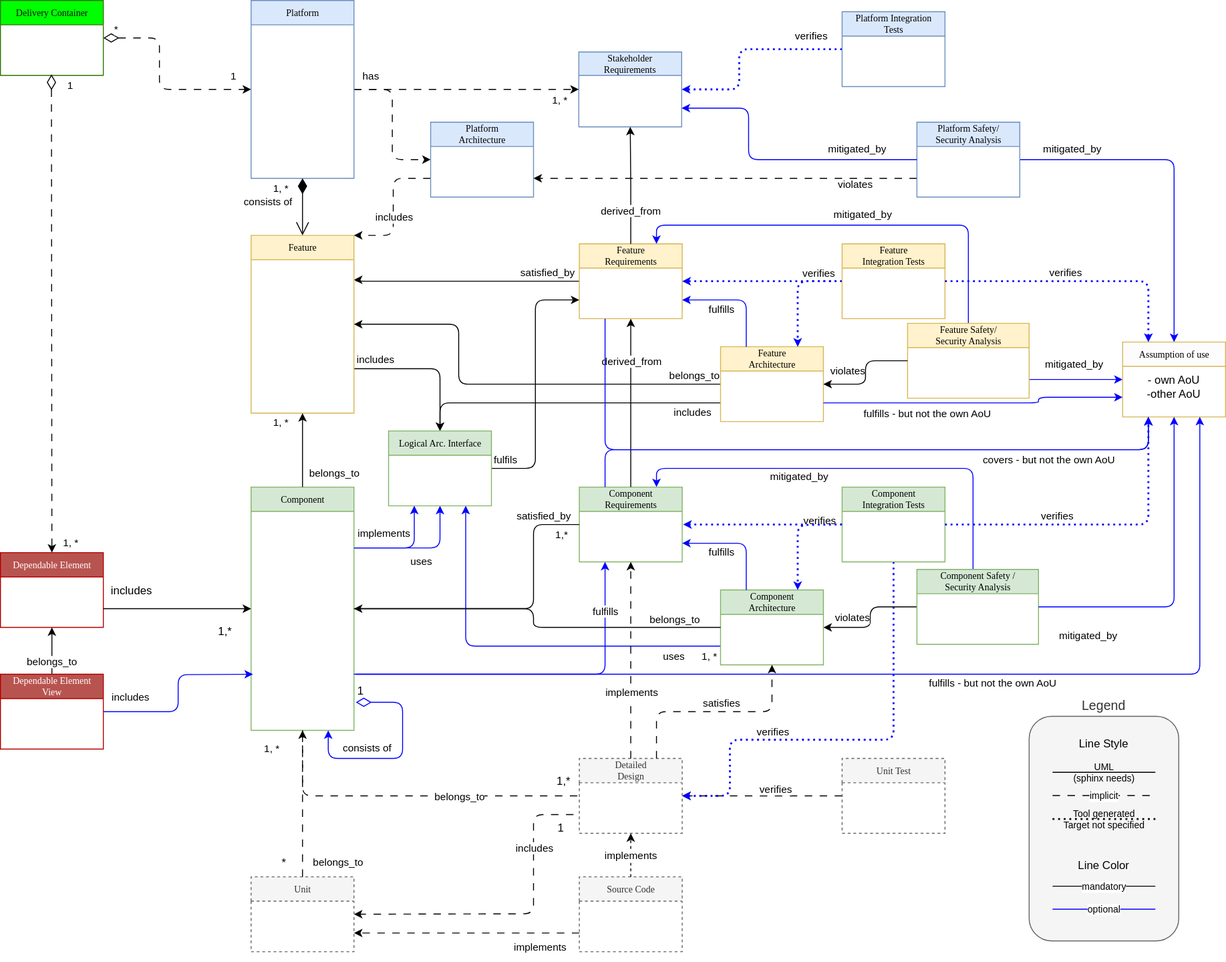
eclipse-score/process_description keeps this draw.io diagram as pr-714/_images/score_building_blocks_meta_model.drawio.svg. Above is the earlier version. Source tidied: cells renumbered, new cells last; positions are measured from the earlier drawing's top-left corner, leaving out a move shared by most shapes.
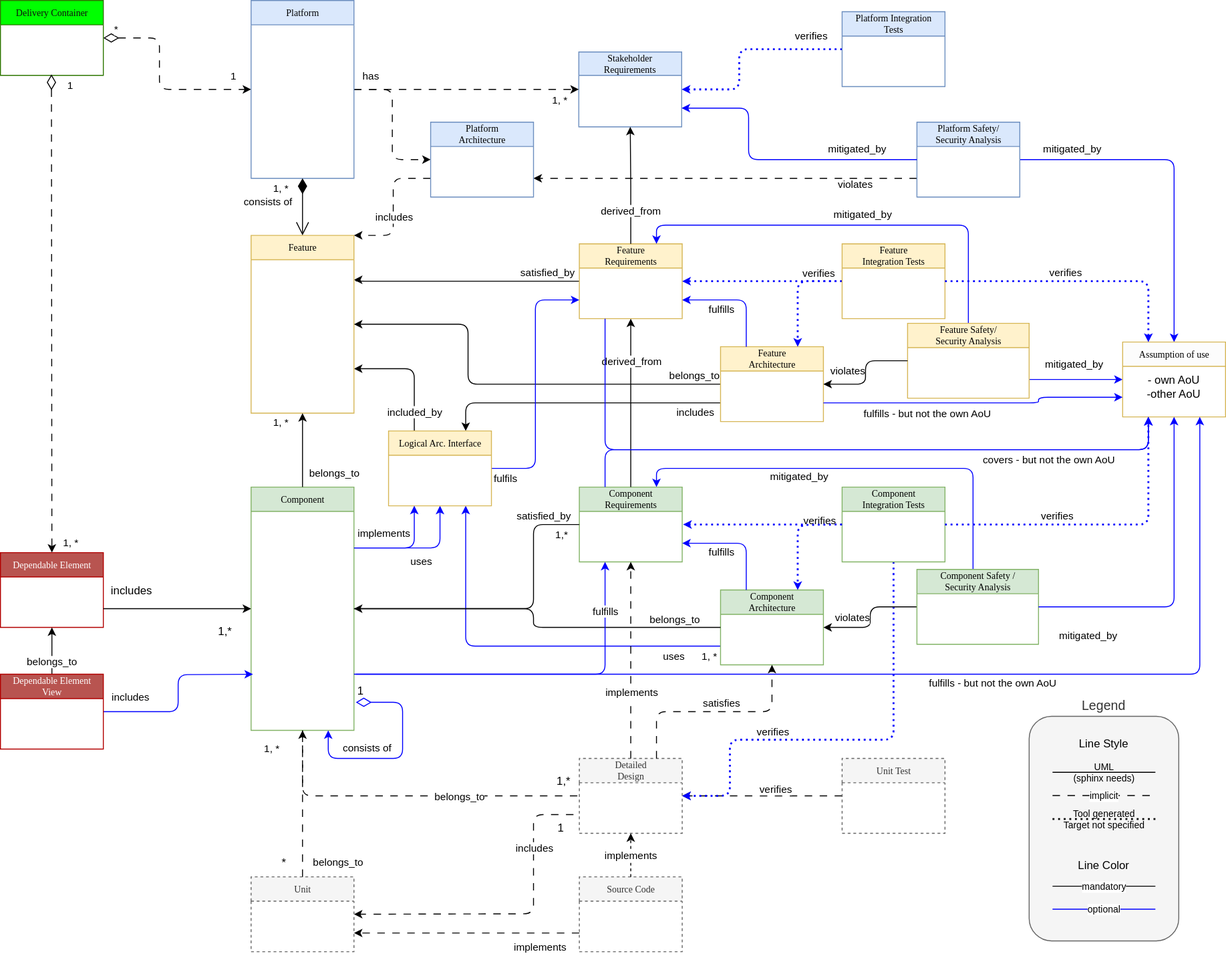
After the change.

What changed in the source:
```diff
@@ -23,10 +23,8 @@
         <mxPoint x="-13" y="-7" as="offset" />
       </mxGeometry>
     </mxCell>
-    <mxCell id="6" value="includes" style="edgeStyle=orthogonalEdgeStyle;html=1;exitX=1;exitY=0.75;exitDx=0;exitDy=0;entryX=0.5;entryY=0;entryDx=0;entryDy=0;" parent="1" edge="1" source="7" target="99">
-      <mxGeometry x="-0.71" y="11" relative="1" as="geometry">
-        <mxPoint y="1" as="offset" />
-      </mxGeometry>
+    <mxCell id="6" value="included_by" style="edgeStyle=orthogonalEdgeStyle;html=1;exitX=1;exitY=0.75;exitDx=0;exitDy=0;entryX=0.25;entryY=0;entryDx=0;entryDy=0;endArrow=none;endFill=0;startArrow=classic;startFill=1;" parent="1" edge="1" source="7" target="99">
+      <mxGeometry x="0.69" relative="1" as="geometry" />
     </mxCell>
     <mxCell id="7" value="Feature" style="swimlane;html=1;fontStyle=0;horizontal=1;startSize=26;fillColor=#fff2cc;swimlaneFillColor=#ffffff;rounded=0;shadow=0;comic=0;labelBackgroundColor=none;strokeWidth=1;fontFamily=Verdana;fontSize=10;align=center;strokeColor=#d6b656;" parent="1" vertex="1">
       <mxGeometry x="268" y="251" width="110" height="190" as="geometry" />
@@ -43,14 +41,14 @@
     <mxCell id="11" value="Feature&lt;br&gt;Requirements" style="swimlane;html=1;fontStyle=0;horizontal=1;startSize=26;fillColor=#fff2cc;swimlaneFillColor=#ffffff;rounded=0;shadow=0;comic=0;labelBackgroundColor=none;strokeWidth=1;fontFamily=Verdana;fontSize=10;align=center;strokeColor=#d6b656;" parent="1" vertex="1">
       <mxGeometry x="619" y="260" width="110" height="80" as="geometry" />
     </mxCell>
-    <mxCell id="12" value="includes" style="edgeStyle=orthogonalEdgeStyle;html=1;exitX=0;exitY=0.75;exitDx=0;exitDy=0;entryX=0.5;entryY=0;entryDx=0;entryDy=0;" parent="1" edge="1" source="15" target="99">
+    <mxCell id="12" value="includes" style="edgeStyle=orthogonalEdgeStyle;html=1;exitX=0;exitY=0.75;exitDx=0;exitDy=0;entryX=0.75;entryY=0;entryDx=0;entryDy=0;" parent="1" edge="1" source="15" target="99">
       <mxGeometry x="-0.82" y="10" relative="1" as="geometry" />
     </mxCell>
     <mxCell id="13" style="edgeStyle=orthogonalEdgeStyle;html=1;exitX=0;exitY=0.5;exitDx=0;exitDy=0;entryX=1;entryY=0.5;entryDx=0;entryDy=0;" parent="1" edge="1" source="15" target="7">
       <mxGeometry relative="1" as="geometry">
         <Array as="points">
-          <mxPoint x="490" y="410" />
-          <mxPoint x="490" y="346" />
+          <mxPoint x="500" y="410" />
+          <mxPoint x="500" y="346" />
         </Array>
       </mxGeometry>
     </mxCell>
@@ -447,10 +445,10 @@
         <mxPoint x="-37" y="-244" as="offset" />
       </mxGeometry>
     </mxCell>
-    <mxCell id="98" value="fulfils" style="edgeStyle=orthogonalEdgeStyle;html=1;entryX=0;entryY=0.75;entryDx=0;entryDy=0;exitX=1;exitY=0.5;exitDx=0;exitDy=0;strokeColor=#000000;verticalAlign=bottom;" parent="1" edge="1" source="99" target="11">
+    <mxCell id="98" value="fulfils" style="edgeStyle=orthogonalEdgeStyle;html=1;entryX=0;entryY=0.75;entryDx=0;entryDy=0;exitX=1;exitY=0.5;exitDx=0;exitDy=0;strokeColor=#0000FF;verticalAlign=top;rounded=1;align=center;spacing=0;fontFamily=Helvetica;fontSize=11;fontColor=default;labelBackgroundColor=default;endArrow=classic;" parent="1" edge="1" source="99" target="11">
       <mxGeometry x="-0.89" relative="1" as="geometry" />
     </mxCell>
-    <mxCell id="99" value="Logical Arc. Interface" style="swimlane;html=1;fontStyle=0;horizontal=1;startSize=26;fillColor=#d5e8d4;swimlaneFillColor=#ffffff;rounded=0;shadow=0;comic=0;labelBackgroundColor=none;strokeWidth=1;fontFamily=Verdana;fontSize=10;align=center;strokeColor=#82b366;" parent="1" vertex="1">
+    <mxCell id="99" value="Logical Arc. Interface" style="swimlane;html=1;fontStyle=0;horizontal=1;startSize=26;fillColor=#fff2cc;swimlaneFillColor=#ffffff;rounded=0;shadow=0;comic=0;labelBackgroundColor=none;strokeWidth=1;fontFamily=Verdana;fontSize=10;align=center;strokeColor=#d6b656;verticalAlign=middle;fontColor=default;" parent="1" vertex="1">
       <mxGeometry x="415" y="460" width="110" height="80" as="geometry" />
     </mxCell>
     <mxCell id="100" value="Legend" style="rounded=1;whiteSpace=wrap;html=1;verticalAlign=bottom;labelPosition=center;verticalLabelPosition=top;align=center;fontSize=14;fillColor=#f5f5f5;fontColor=#333333;strokeColor=#666666;" parent="1" vertex="1">
```
